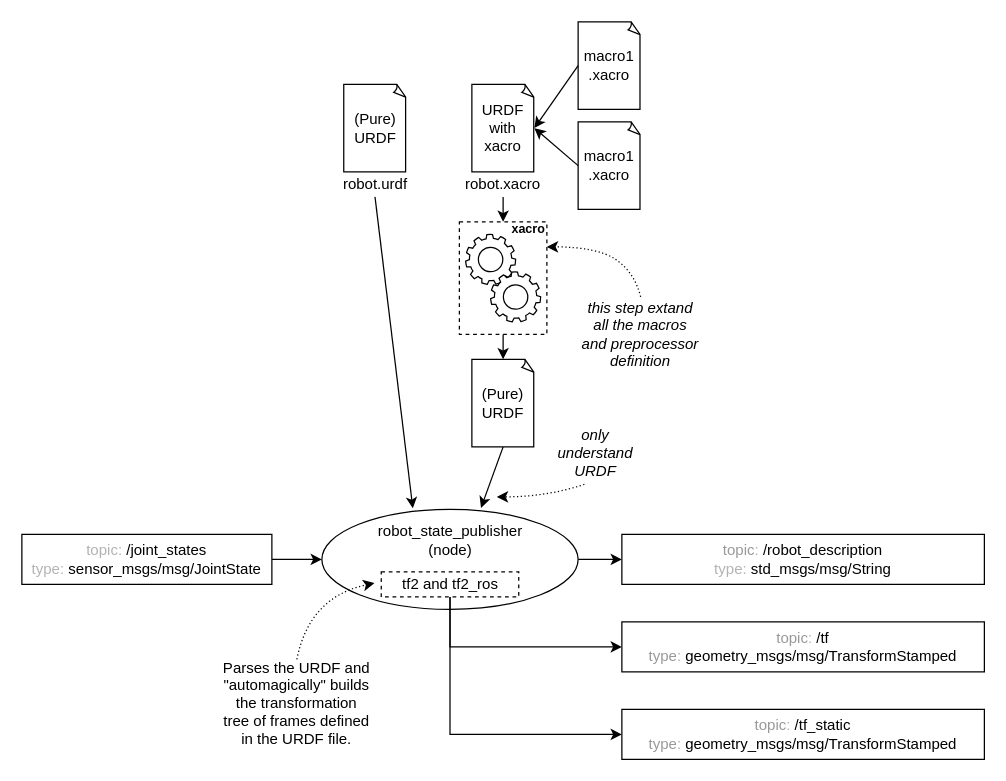
This is page "Page-2" (2 of 2) of src/resources/ros-description.drawio from harleylara/robotics, a draw.io file, before an edit. Source tidied: cells renumbered, new cells numbered last; positions are measured from the earlier drawing's top-left corner, leaving out a move shared by most shapes. Both pictures are drawn from the tidied source at 125%, with x=0, y=0 at pixel (21, 21).
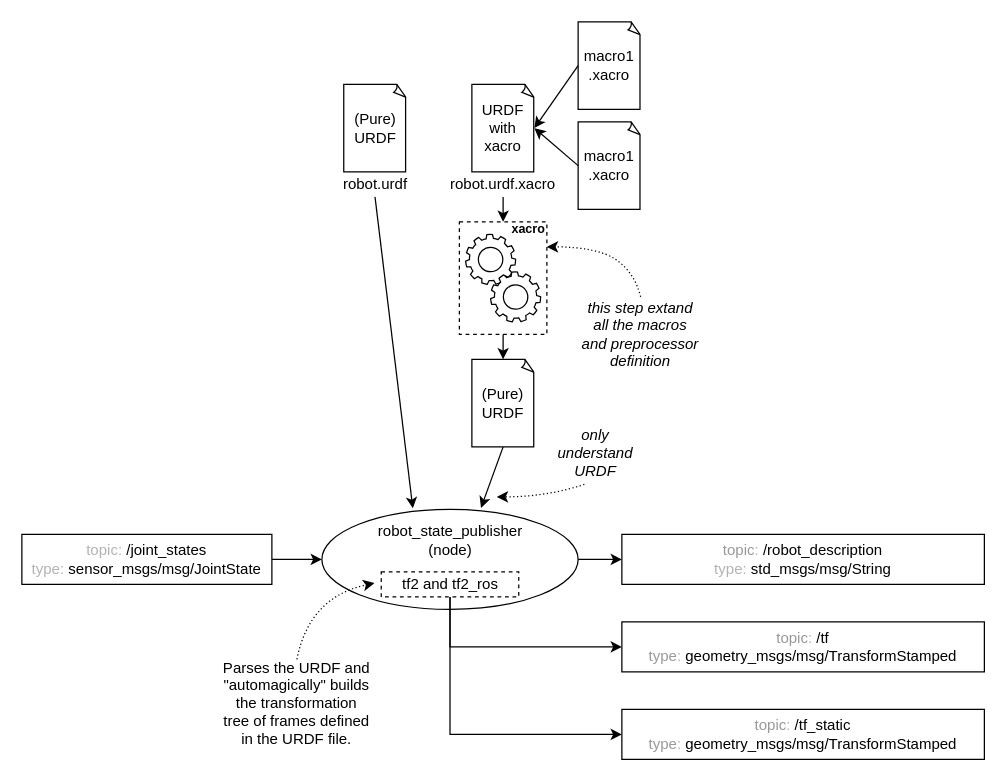
The same diagram, later.

Commit message:
add more common naming convention .urdf.xacro

What changed in the source:
```diff
@@
-    <mxCell id="6" value="robot.xacro" style="text;html=1;whiteSpace=wrap;strokeColor=none;fillColor=none;align=center;verticalAlign=middle;rounded=0;" parent="1" vertex="1">
+    <mxCell id="6" value="robot.urdf.xacro" style="text;html=1;whiteSpace=wrap;strokeColor=none;fillColor=none;align=center;verticalAlign=middle;rounded=0;" parent="1" vertex="1">
       <mxGeometry x="355" y="120" width="60" height="20" as="geometry" />
     </mxCell>
```
